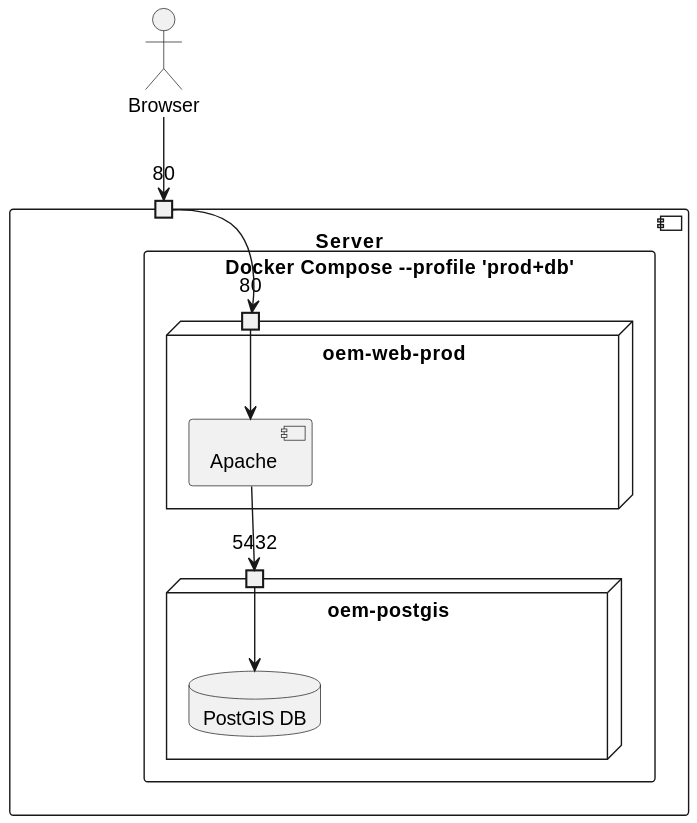
Above: images/prod+db.svg in Danysan1/osm-wikidata-map-framework (PlantUML), before the change. Source of this version:
```plantuml
@startuml prod+db

actor Browser
component Server {
  port "80" as 80docker
  rectangle "Docker Compose --profile 'prod+db'" as docker {
    node "oem-postgis" {
      port 5432 as 5432db
      database "PostGIS DB" as db
    }
    node "oem-web-prod" {
      port "80" as 80webProd
      component Apache
    }
  }
}

Apache --> 5432db

Browser --> 80docker

80docker --> 80webProd

80webProd --> Apache
5432db --> db

@enduml
```
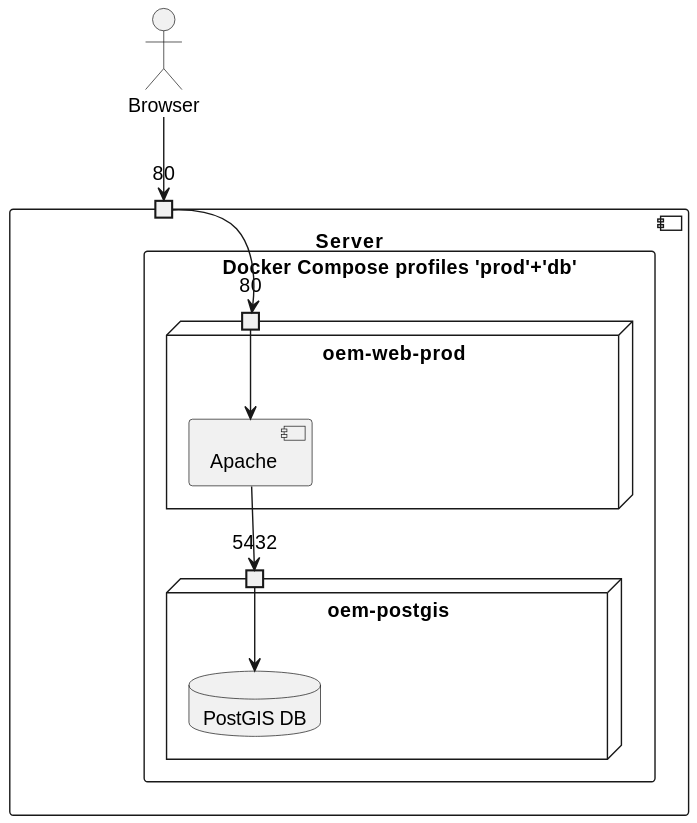
Later version of the same file.

Change to the diagram source:
```diff
@@ -3,7 +3,7 @@
 actor Browser
 component Server {
   port "80" as 80docker
-  rectangle "Docker Compose --profile 'prod+db'" as docker {
+  rectangle "Docker Compose profiles 'prod'+'db'" as docker {
     node "oem-postgis" {
       port 5432 as 5432db
       database "PostGIS DB" as db
```
